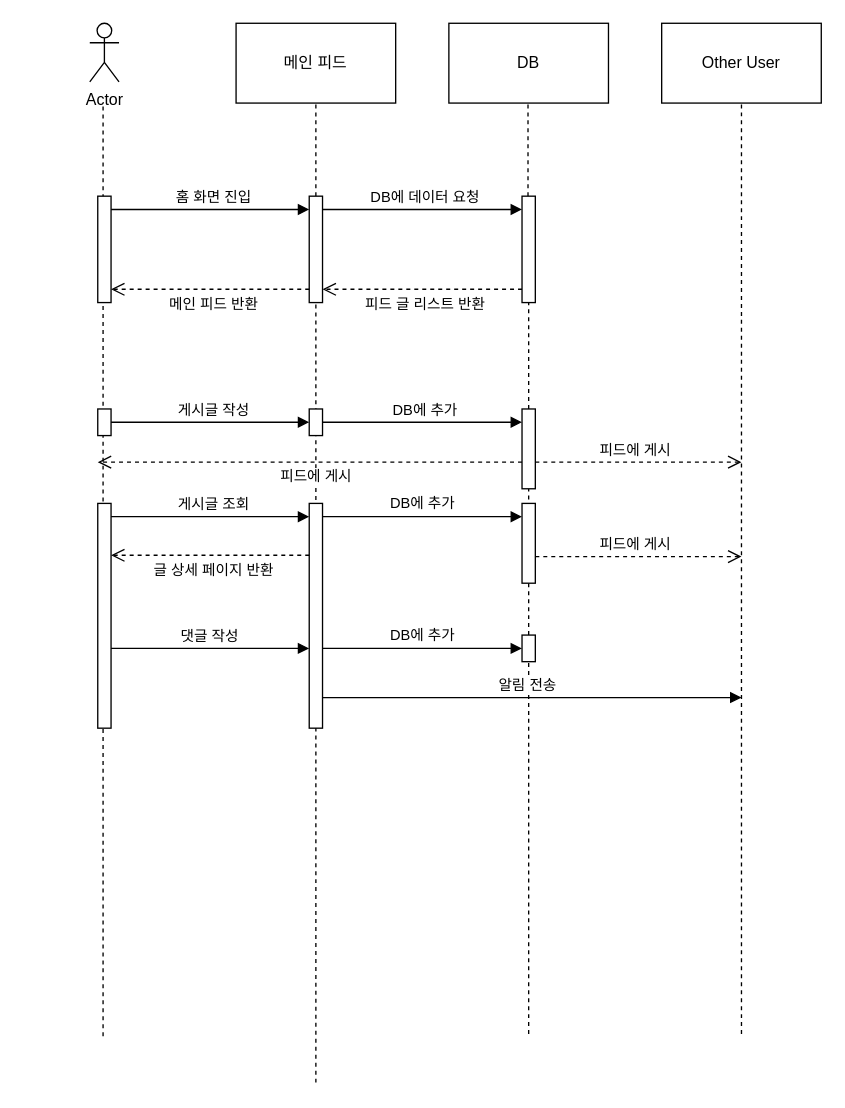
C0012S/SoBe-it keeps this draw.io diagram as page "Main Feed" (3 of 4) of KB 3기 2반 5조.drawio. Above is the earlier version. Source tidied: cells renumbered, new cells numbered last; positions are measured from the earlier drawing's top-left corner, leaving out a move shared by most shapes. Both pictures are drawn from the tidied source at 133%, with x=0, y=0 at pixel (89, 23).
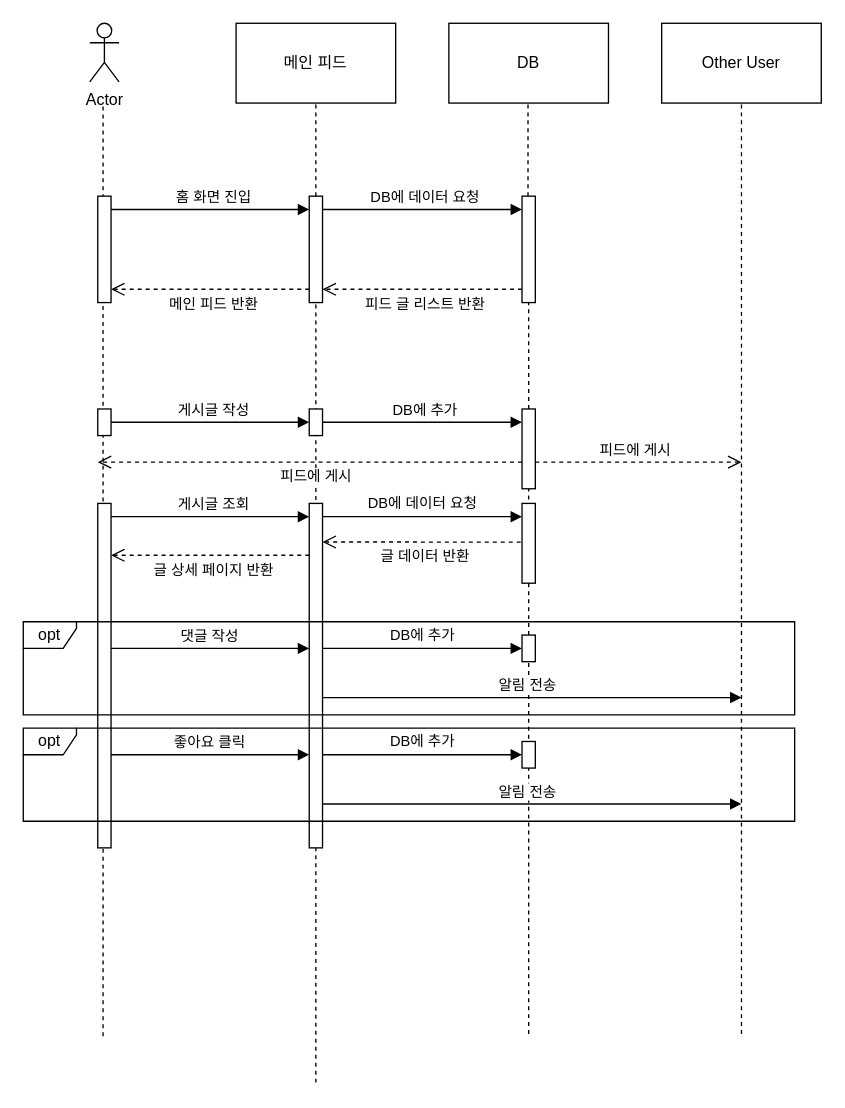
The same page after the edit.

Unchanged cells that the change refers to:
```xml
<mxCell id="31" style="html=1;points=[];perimeter=orthogonalPerimeter;outlineConnect=0;targetShapes=umlLifeline;portConstraint=eastwest;newEdgeStyle={&quot;edgeStyle&quot;:&quot;elbowEdgeStyle&quot;,&quot;elbow&quot;:&quot;vertical&quot;,&quot;curved&quot;:0,&quot;rounded&quot;:0};" parent="1" vertex="1">
  <mxGeometry x="325" y="361" width="10" height="60" as="geometry" />
</mxCell>
```

What changed in the source:
```diff
@@
     <mxCell id="28" style="html=1;points=[];perimeter=orthogonalPerimeter;outlineConnect=0;targetShapes=umlLifeline;portConstraint=eastwest;newEdgeStyle={&quot;edgeStyle&quot;:&quot;elbowEdgeStyle&quot;,&quot;elbow&quot;:&quot;vertical&quot;,&quot;curved&quot;:0,&quot;rounded&quot;:0};" parent="1" vertex="1">
-      <mxGeometry x="165" y="361" width="10" height="169" as="geometry" />
+      <mxGeometry x="165" y="361" width="10" height="259" as="geometry" />
     </mxCell>
     <mxCell id="29" style="html=1;points=[];perimeter=orthogonalPerimeter;outlineConnect=0;targetShapes=umlLifeline;portConstraint=eastwest;newEdgeStyle={&quot;edgeStyle&quot;:&quot;elbowEdgeStyle&quot;,&quot;elbow&quot;:&quot;vertical&quot;,&quot;curved&quot;:0,&quot;rounded&quot;:0};" parent="1" vertex="1">
-      <mxGeometry x="6" y="361" width="10" height="169" as="geometry" />
+      <mxGeometry x="6" y="361" width="10" height="259" as="geometry" />
     </mxCell>
-    <mxCell id="30" value="DB에 추가" style="html=1;verticalAlign=bottom;endArrow=block;edgeStyle=elbowEdgeStyle;elbow=vertical;curved=0;rounded=0;" parent="1" edge="1" target="31">
+    <mxCell id="30" value="DB에 데이터 요청" style="html=1;verticalAlign=bottom;endArrow=block;edgeStyle=elbowEdgeStyle;elbow=vertical;curved=0;rounded=0;" parent="1" edge="1" target="31">
       <mxGeometry y="1" relative="1" as="geometry">
         <mxPoint x="175" y="371" as="sourcePoint" />
         <Array as="points">
           <mxPoint x="250" y="371" />
         </Array>
       </mxGeometry>
     </mxCell>
@@
-    <mxCell id="32" value="피드에 게시" style="html=1;verticalAlign=bottom;endArrow=open;dashed=1;endSize=8;edgeStyle=elbowEdgeStyle;elbow=vertical;curved=0;rounded=0;" parent="1" edge="1" source="31">
-      <mxGeometry x="-0.03" relative="1" as="geometry">
-        <mxPoint x="490" y="401" as="targetPoint" />
-      </mxGeometry>
-    </mxCell>
@@
+    <mxCell id="39" value="글 데이터 반환" style="html=1;verticalAlign=bottom;endArrow=open;dashed=1;endSize=8;edgeStyle=elbowEdgeStyle;elbow=vertical;curved=0;rounded=0;" parent="1" edge="1">
+      <mxGeometry x="-0.03" y="20" relative="1" as="geometry">
+        <mxPoint x="324" y="390.1" as="sourcePoint" />
+        <mxPoint x="175" y="390.1" as="targetPoint" />
+      </mxGeometry>
+    </mxCell>
+    <mxCell id="40" value="좋아요 클릭" style="html=1;verticalAlign=bottom;endArrow=block;edgeStyle=elbowEdgeStyle;elbow=vertical;curved=0;rounded=0;" parent="1" edge="1">
+      <mxGeometry x="-0.01" relative="1" as="geometry">
+        <mxPoint x="16" y="550" as="sourcePoint" />
+        <mxPoint x="165" y="550" as="targetPoint" />
+        <Array as="points">
+          <mxPoint x="90" y="550" />
+        </Array>
+      </mxGeometry>
+    </mxCell>
+    <mxCell id="41" value="DB에 추가" style="html=1;verticalAlign=bottom;endArrow=block;edgeStyle=elbowEdgeStyle;elbow=vertical;curved=0;rounded=0;" parent="1" edge="1">
+      <mxGeometry y="1" relative="1" as="geometry">
+        <mxPoint x="175" y="550" as="sourcePoint" />
+        <mxPoint x="325" y="550" as="targetPoint" />
+        <Array as="points">
+          <mxPoint x="250" y="550" />
+        </Array>
+      </mxGeometry>
+    </mxCell>
+    <mxCell id="42" style="html=1;perimeter=orthogonalPerimeter;targetShapes=umlLifeline;newEdgeStyle={&quot;edgeStyle&quot;:&quot;elbowEdgeStyle&quot;,&quot;elbow&quot;:&quot;vertical&quot;,&quot;curved&quot;:0,&quot;rounded&quot;:0};" parent="1" vertex="1">
+      <mxGeometry x="325" y="540" width="10" height="20" as="geometry" />
+    </mxCell>
+    <mxCell id="43" value="알림 전송" style="html=1;verticalAlign=bottom;endArrow=block;edgeStyle=elbowEdgeStyle;elbow=vertical;curved=0;rounded=0;" parent="1" edge="1">
+      <mxGeometry x="-0.02" relative="1" as="geometry">
+        <mxPoint x="175" y="587" as="sourcePoint" />
+        <mxPoint x="490" y="587" as="targetPoint" />
+      </mxGeometry>
+    </mxCell>
+    <mxCell id="44" value="opt" style="shape=umlFrame;whiteSpace=wrap;html=1;width=40;height=20;" parent="1" vertex="1">
+      <mxGeometry x="-50" y="450" width="580" height="70" as="geometry" />
+    </mxCell>
+    <mxCell id="45" value="opt" style="shape=umlFrame;whiteSpace=wrap;html=1;width=40;height=20;" parent="1" vertex="1">
+      <mxGeometry x="-50" y="530" width="580" height="70" as="geometry" />
+    </mxCell>
```
